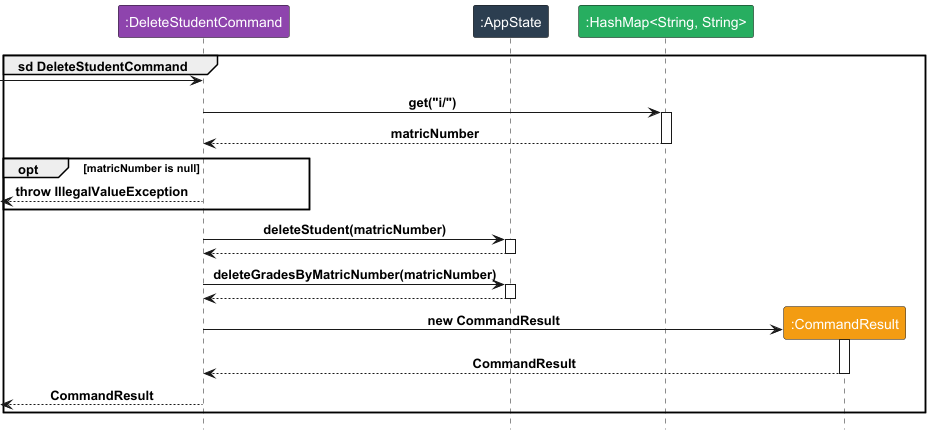
The PlantUML diagram docs/diagrams/DeleteStudentCommand.png in yeekian/tp, before a commit.
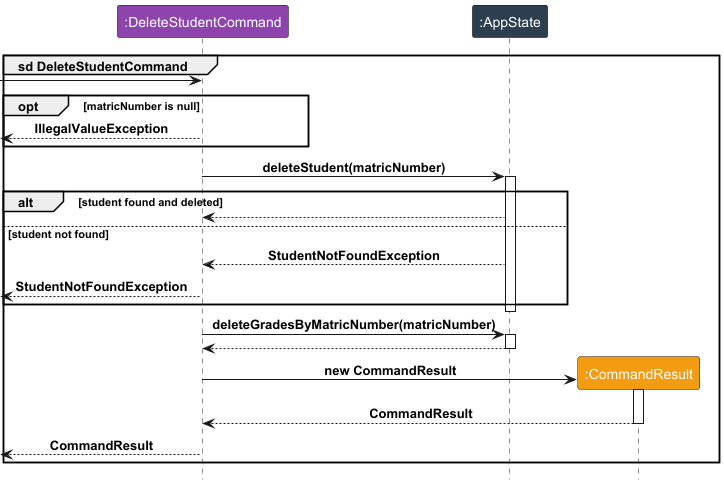
The same file after the commit.

Change to the diagram source:
```diff
@@ -3,23 +3,22 @@
 group sd DeleteStudentCommand
 participant ":DeleteStudentCommand" as C LOGIC_COLOR_3
 participant ":AppState" as A LOGIC_COLOR_2
-participant ":HashMap<String, String>" as H LOGIC_COLOR_7
 participant ":CommandResult" as R LOGIC_COLOR_8
 
 [-> C
 
-C -> H : get("i/")
-activate H
-C <-- H : matricNumber
-deactivate H
-
 opt matricNumber is null
-[<--C : throw IllegalValueException
+[<--C : IllegalValueException
 end
 
 C -> A : deleteStudent(matricNumber)
 activate A
+alt student found and deleted
 C <-- A
+else student not found
+C <-- A : StudentNotFoundException
+[<-- C : StudentNotFoundException
+end
 deactivate A
 
 C -> A : deleteGradesByMatricNumber(matricNumber)
```
